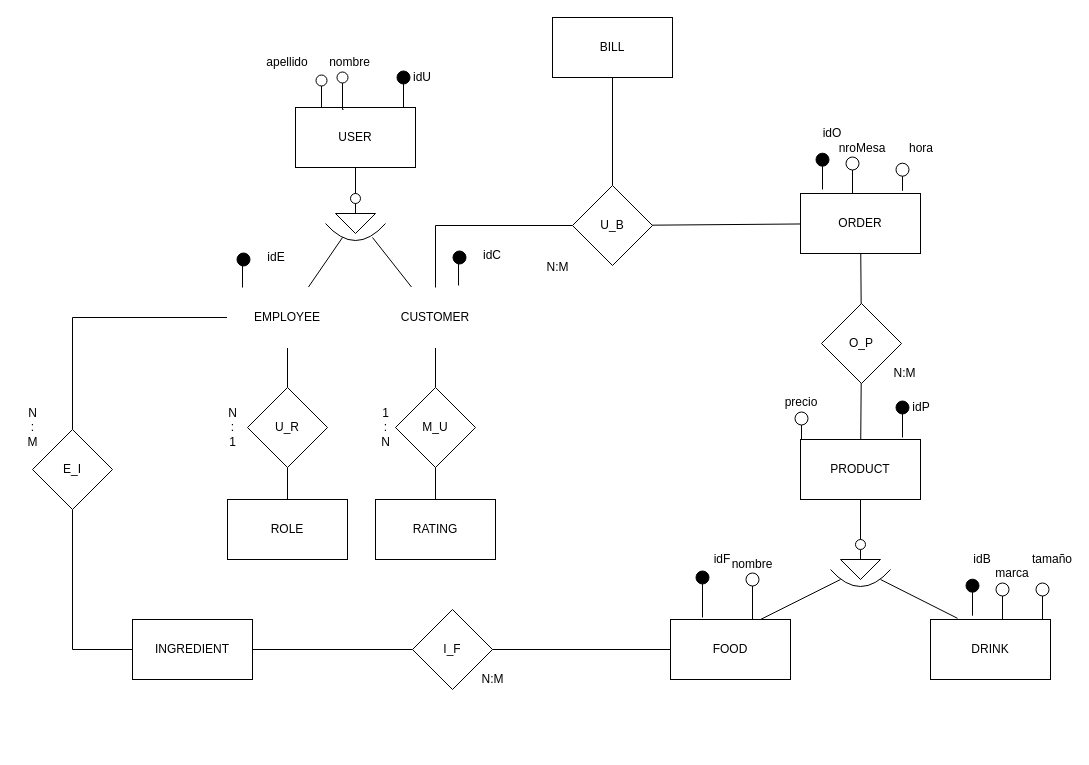
The draw.io diagram page "ERM" (1 of 2) of scom-rest-erm.drawio in Alvaro-IHC/SCom-rest, before the edit. Source tidied: cells renumbered, new cells numbered last; positions are measured from the earlier drawing's top-left corner, leaving out a move shared by most shapes. Both pictures are drawn from the tidied source at 100%, with x=0, y=0 at pixel (17, 17).
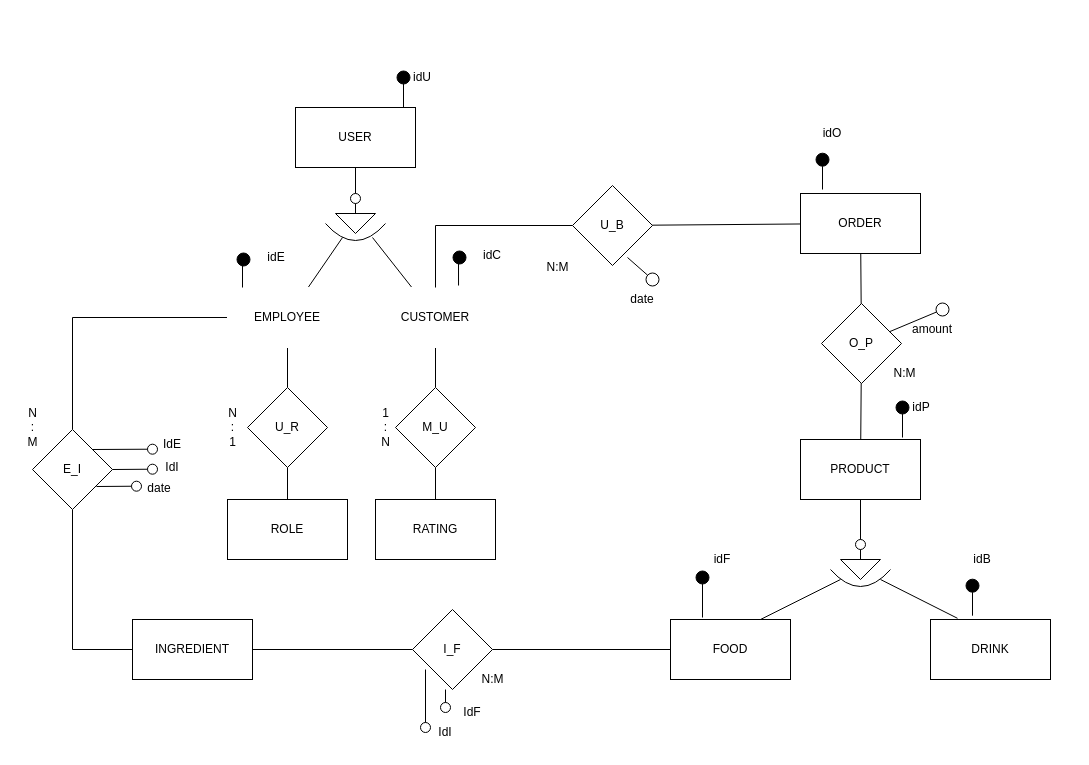
The same page after the edit.

The change refers to these unchanged cells:
```xml
<mxCell id="2" value="USER" style="rounded=0;whiteSpace=wrap;html=1;" parent="1" vertex="1">
  <mxGeometry x="278" y="90" width="120" height="60" as="geometry" />
</mxCell>
<mxCell id="19" value="O_P" style="rhombus;whiteSpace=wrap;html=1;" parent="1" vertex="1">
  <mxGeometry x="804" y="286" width="80" height="80" as="geometry" />
</mxCell>
<mxCell id="53" value="U_B" style="rhombus;whiteSpace=wrap;html=1;" parent="1" vertex="1">
  <mxGeometry x="555" y="168" width="80" height="80" as="geometry" />
</mxCell>
```

Change to the diagram source:
```diff
@@
-    <mxCell id="21" value="BILL" style="whiteSpace=wrap;html=1;" parent="1" vertex="1">
-      <mxGeometry x="535" width="120" height="60" as="geometry" />
-    </mxCell>
@@
-    <mxCell id="52" style="edgeStyle=none;html=1;endArrow=none;endFill=0;" parent="1" edge="1" source="53" target="21">
-      <mxGeometry relative="1" as="geometry" />
-    </mxCell>
@@
-    <mxCell id="54" style="endArrow=oval;html=1;endSize=13;endFill=0;" parent="1" edge="1">
-      <mxGeometry relative="1" as="geometry">
-        <mxPoint x="985" y="602" as="sourcePoint" />
-        <mxPoint x="985" y="572" as="targetPoint" />
-      </mxGeometry>
-    </mxCell>
@@
-    <mxCell id="57" value="marca" style="text;html=1;strokeColor=none;fillColor=none;align=center;verticalAlign=middle;whiteSpace=wrap;rounded=0;" parent="1" vertex="1">
-      <mxGeometry x="975" y="545.8" width="40" height="20" as="geometry" />
-    </mxCell>
-    <mxCell id="58" value="precio" style="text;html=1;strokeColor=none;fillColor=none;align=center;verticalAlign=middle;whiteSpace=wrap;rounded=0;" parent="1" vertex="1">
-      <mxGeometry x="764" y="374.7" width="40" height="20" as="geometry" />
-    </mxCell>
-    <mxCell id="59" style="endArrow=oval;html=1;endSize=13;endFill=0;exitX=0.833;exitY=-0.062;exitDx=0;exitDy=0;exitPerimeter=0;" parent="1" edge="1">
-      <mxGeometry relative="1" as="geometry">
-        <mxPoint x="784" y="422" as="sourcePoint" />
-        <mxPoint x="784" y="401" as="targetPoint" />
-      </mxGeometry>
-    </mxCell>
@@
-    <mxCell id="64" style="endArrow=oval;html=1;endSize=13;endFill=0;" parent="1" edge="1">
-      <mxGeometry relative="1" as="geometry">
-        <mxPoint x="735" y="602" as="sourcePoint" />
-        <mxPoint x="735" y="562" as="targetPoint" />
-      </mxGeometry>
-    </mxCell>
-    <mxCell id="65" value="nombre" style="text;html=1;strokeColor=none;fillColor=none;align=center;verticalAlign=middle;whiteSpace=wrap;rounded=0;" parent="1" vertex="1">
-      <mxGeometry x="715" y="537" width="40" height="20" as="geometry" />
-    </mxCell>
-    <mxCell id="66" style="edgeStyle=orthogonalEdgeStyle;rounded=0;orthogonalLoop=1;jettySize=auto;html=1;startArrow=none;startFill=0;endArrow=oval;endFill=0;endSize=11;sourcePerimeterSpacing=9;" parent="1" edge="1">
-      <mxGeometry relative="1" as="geometry">
-        <mxPoint x="304" y="90" as="sourcePoint" />
-        <mxPoint x="304" y="63" as="targetPoint" />
-      </mxGeometry>
-    </mxCell>
-    <mxCell id="67" value="apellido" style="text;html=1;strokeColor=none;fillColor=none;align=center;verticalAlign=middle;whiteSpace=wrap;rounded=0;" parent="1" vertex="1">
-      <mxGeometry x="250" y="34.5" width="40" height="20" as="geometry" />
-    </mxCell>
-    <mxCell id="68" value="nombre" style="text;html=1;strokeColor=none;fillColor=none;align=center;verticalAlign=middle;whiteSpace=wrap;rounded=0;" parent="1" vertex="1">
-      <mxGeometry x="310" y="34.5" width="45.1" height="20" as="geometry" />
-    </mxCell>
-    <mxCell id="69" style="edgeStyle=orthogonalEdgeStyle;rounded=0;jettySize=auto;html=1;startArrow=none;startFill=0;endArrow=oval;endFill=0;endSize=11;sourcePerimeterSpacing=9;exitX=0.4;exitY=0.033;exitDx=0;exitDy=0;exitPerimeter=0;" parent="1" edge="1" source="2">
-      <mxGeometry relative="1" as="geometry">
-        <mxPoint x="325" y="60" as="targetPoint" />
-      </mxGeometry>
-    </mxCell>
@@
-    <mxCell id="76" value="nroMesa" style="text;html=1;strokeColor=none;fillColor=none;align=center;verticalAlign=middle;whiteSpace=wrap;rounded=0;" parent="1" vertex="1">
-      <mxGeometry x="825" y="121" width="40" height="20" as="geometry" />
-    </mxCell>
-    <mxCell id="77" value="hora" style="text;html=1;strokeColor=none;fillColor=none;align=center;verticalAlign=middle;whiteSpace=wrap;rounded=0;" parent="1" vertex="1">
-      <mxGeometry x="884" y="121" width="40" height="20" as="geometry" />
-    </mxCell>
-    <mxCell id="78" style="endArrow=oval;html=1;endSize=13;endFill=0;" parent="1" edge="1">
-      <mxGeometry relative="1" as="geometry">
-        <mxPoint x="835" y="176" as="sourcePoint" />
-        <mxPoint x="835" y="146" as="targetPoint" />
-      </mxGeometry>
-    </mxCell>
@@
-    <mxCell id="81" style="endArrow=oval;html=1;endSize=13;endFill=0;exitX=0.833;exitY=-0.062;exitDx=0;exitDy=0;exitPerimeter=0;" parent="1" edge="1">
-      <mxGeometry relative="1" as="geometry">
-        <mxPoint x="885" y="173.3" as="sourcePoint" />
-        <mxPoint x="885" y="152.2" as="targetPoint" />
-      </mxGeometry>
-    </mxCell>
-    <mxCell id="82" style="endArrow=oval;html=1;endSize=13;endFill=0;" parent="1" edge="1">
-      <mxGeometry relative="1" as="geometry">
-        <mxPoint x="1025" y="602" as="sourcePoint" />
-        <mxPoint x="1025" y="572" as="targetPoint" />
-      </mxGeometry>
-    </mxCell>
-    <mxCell id="83" value="tamaño" style="text;html=1;strokeColor=none;fillColor=none;align=center;verticalAlign=middle;whiteSpace=wrap;rounded=0;" parent="1" vertex="1">
-      <mxGeometry x="1015" y="532" width="40" height="20" as="geometry" />
-    </mxCell>
+    <mxCell id="84" style="edgeStyle=none;html=1;exitX=1;exitY=0;exitDx=0;exitDy=0;endArrow=oval;endFill=0;endSize=10;strokeWidth=1;" parent="1" edge="1">
+      <mxGeometry relative="1" as="geometry">
+        <mxPoint x="75" y="432" as="sourcePoint" />
+        <mxPoint x="135" y="431.7" as="targetPoint" />
+      </mxGeometry>
+    </mxCell>
+    <mxCell id="85" style="edgeStyle=none;html=1;exitX=1;exitY=0.5;exitDx=0;exitDy=0;endArrow=oval;endFill=0;endSize=10;strokeWidth=1;" parent="1" edge="1">
+      <mxGeometry relative="1" as="geometry">
+        <mxPoint x="95" y="452" as="sourcePoint" />
+        <mxPoint x="135" y="451.7" as="targetPoint" />
+      </mxGeometry>
+    </mxCell>
+    <mxCell id="86" value="IdE" style="text;html=1;strokeColor=none;fillColor=none;align=center;verticalAlign=middle;whiteSpace=wrap;rounded=0;" parent="1" vertex="1">
+      <mxGeometry x="135" y="412" width="40" height="30" as="geometry" />
+    </mxCell>
+    <mxCell id="87" value="IdI" style="text;html=1;strokeColor=none;fillColor=none;align=center;verticalAlign=middle;whiteSpace=wrap;rounded=0;" parent="1" vertex="1">
+      <mxGeometry x="135" y="435" width="40" height="30" as="geometry" />
+    </mxCell>
+    <mxCell id="88" style="edgeStyle=none;html=1;exitX=1;exitY=0.5;exitDx=0;exitDy=0;endArrow=oval;endFill=0;endSize=10;strokeWidth=1;" parent="1" edge="1">
+      <mxGeometry relative="1" as="geometry">
+        <mxPoint x="79" y="469" as="sourcePoint" />
+        <mxPoint x="119" y="468.7" as="targetPoint" />
+      </mxGeometry>
+    </mxCell>
+    <mxCell id="89" value="date" style="text;html=1;strokeColor=none;fillColor=none;align=center;verticalAlign=middle;whiteSpace=wrap;rounded=0;" parent="1" vertex="1">
+      <mxGeometry x="122" y="456" width="40" height="30" as="geometry" />
+    </mxCell>
+    <mxCell id="90" style="edgeStyle=none;html=1;exitX=0;exitY=1;exitDx=0;exitDy=0;endArrow=oval;endFill=0;endSize=10;strokeWidth=1;" parent="1" edge="1">
+      <mxGeometry relative="1" as="geometry">
+        <mxPoint x="408" y="652" as="sourcePoint" />
+        <mxPoint x="408" y="710" as="targetPoint" />
+      </mxGeometry>
+    </mxCell>
+    <mxCell id="91" style="edgeStyle=none;html=1;exitX=0.5;exitY=1;exitDx=0;exitDy=0;endArrow=oval;endFill=0;endSize=10;strokeWidth=1;" parent="1" edge="1">
+      <mxGeometry relative="1" as="geometry">
+        <mxPoint x="428" y="672" as="sourcePoint" />
+        <mxPoint x="428" y="690" as="targetPoint" />
+      </mxGeometry>
+    </mxCell>
+    <mxCell id="92" value="IdI" style="text;html=1;strokeColor=none;fillColor=none;align=center;verticalAlign=middle;whiteSpace=wrap;rounded=0;" parent="1" vertex="1">
+      <mxGeometry x="398" y="700" width="60" height="30" as="geometry" />
+    </mxCell>
+    <mxCell id="93" value="IdF" style="text;html=1;strokeColor=none;fillColor=none;align=center;verticalAlign=middle;whiteSpace=wrap;rounded=0;" parent="1" vertex="1">
+      <mxGeometry x="425" y="680" width="60" height="30" as="geometry" />
+    </mxCell>
+    <mxCell id="94" value="date" style="text;html=1;align=center;verticalAlign=middle;whiteSpace=wrap;rounded=0;" parent="1" vertex="1">
+      <mxGeometry x="605" y="272" width="40" height="20" as="geometry" />
+    </mxCell>
+    <mxCell id="95" style="endArrow=oval;html=1;endSize=13;endFill=0;exitX=1;exitY=1;exitDx=0;exitDy=0;" parent="1" edge="1">
+      <mxGeometry relative="1" as="geometry">
+        <mxPoint x="610" y="240" as="sourcePoint" />
+        <mxPoint x="635" y="262" as="targetPoint" />
+      </mxGeometry>
+    </mxCell>
+    <mxCell id="96" value="amount" style="text;html=1;align=center;verticalAlign=middle;whiteSpace=wrap;rounded=0;" parent="1" vertex="1">
+      <mxGeometry x="895" y="302" width="40" height="20" as="geometry" />
+    </mxCell>
+    <mxCell id="97" style="endArrow=oval;html=1;endSize=13;endFill=0;" parent="1" edge="1" source="19">
+      <mxGeometry relative="1" as="geometry">
+        <mxPoint x="925" y="292" as="targetPoint" />
+      </mxGeometry>
+    </mxCell>
```
